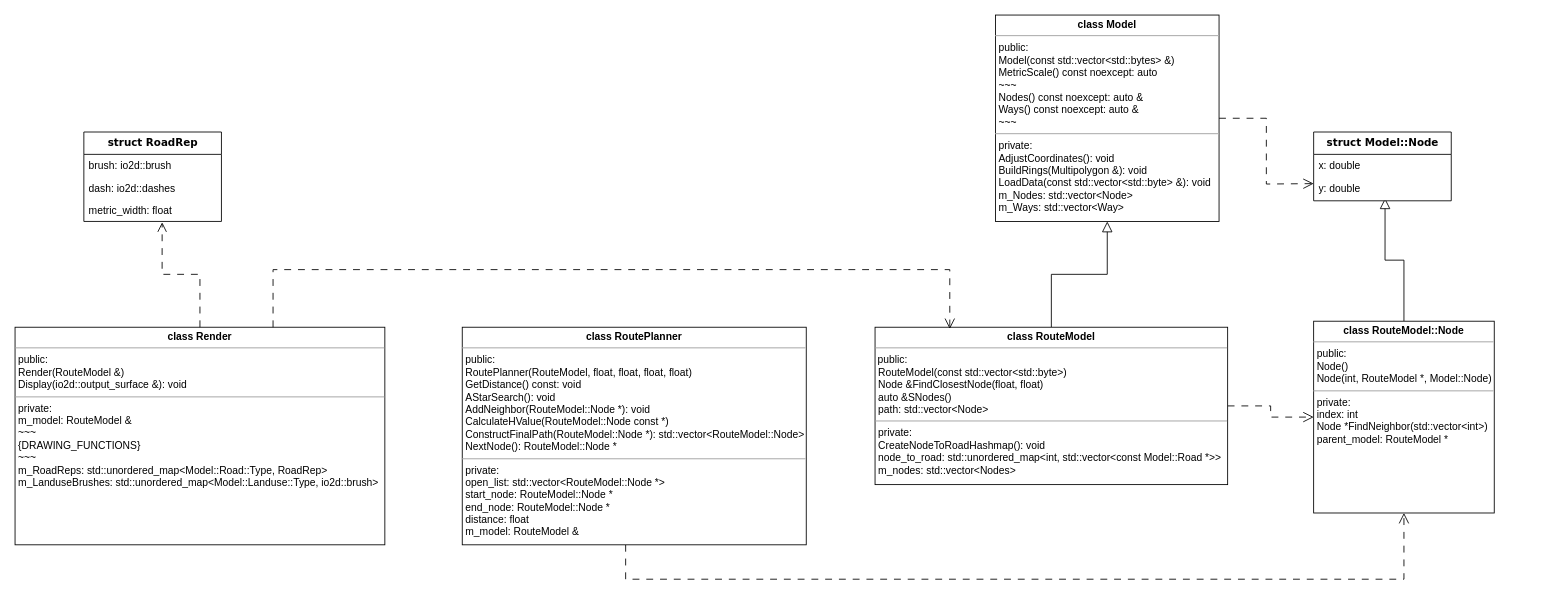
Before: diagram.drawio in Barazii/cpp-route-planning, a draw.io diagram. Source tidied: cells renumbered, new cells numbered last; positions are measured from the earlier drawing's top-left corner, leaving out a move shared by most shapes. Both pictures are drawn from the tidied source at 86%, with x=0, y=0 at pixel (15, 15).
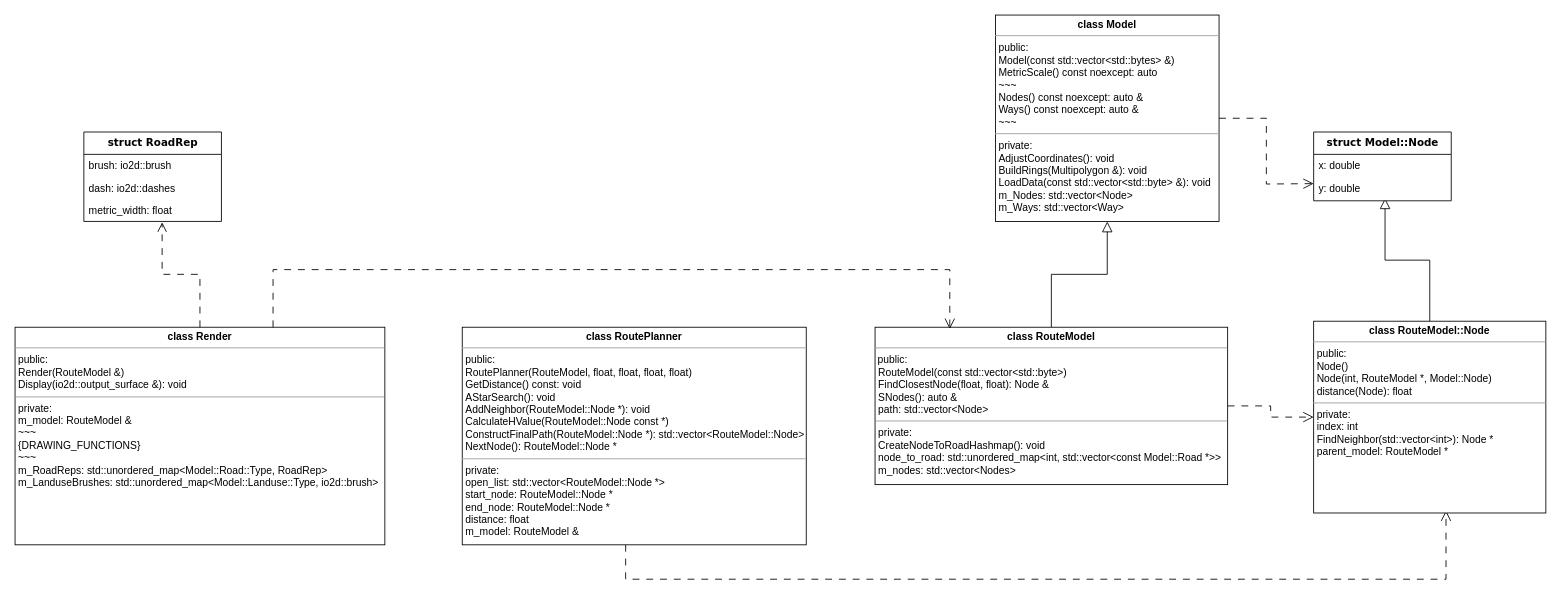
The same page after the edit.

Unchanged cells that the change refers to:
```xml
<mxCell id="6" value="&lt;p style=&quot;margin:0px;margin-top:4px;text-align:center;&quot;&gt;&lt;b style=&quot;&quot;&gt;class RoutePlanner&lt;/b&gt;&lt;/p&gt;&lt;hr size=&quot;1&quot;&gt;&lt;p style=&quot;margin:0px;margin-left:4px;&quot;&gt;public:&lt;/p&gt;&lt;p style=&quot;margin:0px;margin-left:4px;&quot;&gt;RoutePlanner(RouteModel, float, float, float, float)&lt;/p&gt;&lt;p style=&quot;margin:0px;margin-left:4px;&quot;&gt;GetDistance() const: void&lt;/p&gt;&lt;p style=&quot;margin:0px;margin-left:4px;&quot;&gt;AStarSearch(): void&lt;/p&gt;&lt;p style=&quot;margin:0px;margin-left:4px;&quot;&gt;AddNeighbor(RouteModel::Node *): void&lt;/p&gt;&lt;p style=&quot;margin:0px;margin-left:4px;&quot;&gt;CalculateHValue(RouteModel::Node const *)&lt;/p&gt;&lt;p style=&quot;margin:0px;margin-left:4px;&quot;&gt;ConstructFinalPath(&lt;span style=&quot;background-color: transparent; color: light-dark(rgb(0, 0, 0), rgb(255, 255, 255));&quot;&gt;RouteModel::Node *&lt;/span&gt;&lt;span style=&quot;background-color: transparent; color: light-dark(rgb(0, 0, 0), rgb(255, 255, 255));&quot;&gt;):&amp;nbsp;&lt;/span&gt;&lt;span style=&quot;background-color: transparent; color: light-dark(rgb(0, 0, 0), rgb(255, 255, 255));&quot;&gt;std::vector&amp;lt;RouteModel::Node&amp;gt;&lt;/span&gt;&lt;/p&gt;&lt;p style=&quot;margin:0px;margin-left:4px;&quot;&gt;&lt;span style=&quot;background-color: transparent; color: light-dark(rgb(0, 0, 0), rgb(255, 255, 255));&quot;&gt;NextNode(): RouteModel::Node *&lt;/span&gt;&lt;/p&gt;&lt;hr size=&quot;1&quot;&gt;&lt;p style=&quot;margin:0px;margin-left:4px;&quot;&gt;private:&lt;/p&gt;&lt;p style=&quot;margin:0px;margin-left:4px;&quot;&gt;open_list: std::vector&amp;lt;RouteModel::Node *&amp;gt;&lt;br&gt;start_node: RouteModel::Node *&lt;/p&gt;&lt;p style=&quot;margin:0px;margin-left:4px;&quot;&gt;end_node: RouteModel::Node *&lt;/p&gt;&lt;p style=&quot;margin:0px;margin-left:4px;&quot;&gt;distance: float&lt;/p&gt;&lt;p style=&quot;margin:0px;margin-left:4px;&quot;&gt;m_model: RouteModel &amp;amp;&lt;/p&gt;" style="verticalAlign=top;align=left;overflow=fill;fontSize=12;fontFamily=Helvetica;html=1;rounded=0;shadow=0;comic=0;labelBackgroundColor=none;strokeWidth=1;" parent="1" vertex="1">
  <mxGeometry x="520" y="363" width="400" height="253" as="geometry" />
</mxCell>
```

Diff of the diagram source:
```diff
@@
-    <mxCell id="4" value="&lt;p style=&quot;margin:0px;margin-top:4px;text-align:center;&quot;&gt;&lt;b style=&quot;&quot;&gt;class RouteModel&lt;/b&gt;&lt;/p&gt;&lt;hr size=&quot;1&quot;&gt;&amp;nbsp;public:&lt;br&gt;&lt;p style=&quot;margin:0px;margin-left:4px;&quot;&gt;RouteModel(const std::vector&amp;lt;std::byte&amp;gt;)&lt;br&gt;Node &amp;amp;FindClosestNode(float, float)&lt;/p&gt;&lt;p style=&quot;margin:0px;margin-left:4px;&quot;&gt;auto &amp;amp;SNodes()&lt;/p&gt;&lt;p style=&quot;margin:0px;margin-left:4px;&quot;&gt;path: std::vector&amp;lt;Node&amp;gt;&lt;/p&gt;&lt;hr size=&quot;1&quot;&gt;&lt;p style=&quot;margin:0px;margin-left:4px;&quot;&gt;private:&lt;br&gt;CreateNodeToRoadHashmap(): void&lt;/p&gt;&lt;p style=&quot;margin:0px;margin-left:4px;&quot;&gt;node_to_road: std::unordered_map&amp;lt;int, std::vector&amp;lt;const Model::Road *&amp;gt;&amp;gt;&lt;/p&gt;&lt;p style=&quot;margin:0px;margin-left:4px;&quot;&gt;m_nodes: std::vector&amp;lt;Nodes&amp;gt;&lt;/p&gt;" style="verticalAlign=top;align=left;overflow=fill;fontSize=12;fontFamily=Helvetica;html=1;rounded=0;shadow=0;comic=0;labelBackgroundColor=none;strokeWidth=1;" parent="1" vertex="1">
+    <mxCell id="4" value="&lt;p style=&quot;margin:0px;margin-top:4px;text-align:center;&quot;&gt;&lt;b style=&quot;&quot;&gt;class RouteModel&lt;/b&gt;&lt;/p&gt;&lt;hr size=&quot;1&quot;&gt;&amp;nbsp;public:&lt;br&gt;&lt;p style=&quot;margin:0px;margin-left:4px;&quot;&gt;RouteModel(const std::vector&amp;lt;std::byte&amp;gt;)&lt;br&gt;FindClosestNode(float, float):&amp;nbsp;&lt;span style=&quot;background-color: transparent; color: light-dark(rgb(0, 0, 0), rgb(255, 255, 255));&quot;&gt;Node &amp;amp;&lt;/span&gt;&lt;/p&gt;&lt;p style=&quot;margin:0px;margin-left:4px;&quot;&gt;SNodes():&amp;nbsp;&lt;span style=&quot;background-color: transparent; color: light-dark(rgb(0, 0, 0), rgb(255, 255, 255));&quot;&gt;auto &amp;amp;&lt;/span&gt;&lt;/p&gt;&lt;p style=&quot;margin:0px;margin-left:4px;&quot;&gt;path: std::vector&amp;lt;Node&amp;gt;&lt;/p&gt;&lt;hr size=&quot;1&quot;&gt;&lt;p style=&quot;margin:0px;margin-left:4px;&quot;&gt;private:&lt;br&gt;CreateNodeToRoadHashmap(): void&lt;/p&gt;&lt;p style=&quot;margin:0px;margin-left:4px;&quot;&gt;node_to_road: std::unordered_map&amp;lt;int, std::vector&amp;lt;const Model::Road *&amp;gt;&amp;gt;&lt;/p&gt;&lt;p style=&quot;margin:0px;margin-left:4px;&quot;&gt;m_nodes: std::vector&amp;lt;Nodes&amp;gt;&lt;/p&gt;" style="verticalAlign=top;align=left;overflow=fill;fontSize=12;fontFamily=Helvetica;html=1;rounded=0;shadow=0;comic=0;labelBackgroundColor=none;strokeWidth=1;" parent="1" vertex="1">
       <mxGeometry x="1000" y="363" width="410" height="183" as="geometry" />
     </mxCell>
-    <mxCell id="5" style="edgeStyle=orthogonalEdgeStyle;rounded=0;jettySize=auto;html=1;entryX=0.5;entryY=1;entryDx=0;entryDy=0;fontFamily=Helvetica;fontSize=12;fontColor=default;labelBackgroundColor=none;dashed=1;dashPattern=8 8;endArrow=open;endFill=0;endSize=10;" parent="1" edge="1" source="6" target="11">
+    <mxCell id="5" style="edgeStyle=orthogonalEdgeStyle;rounded=0;jettySize=auto;html=1;fontFamily=Helvetica;fontSize=12;fontColor=default;labelBackgroundColor=none;dashed=1;dashPattern=8 8;endArrow=open;endFill=0;endSize=10;entryX=0.57;entryY=0.987;entryDx=0;entryDy=0;entryPerimeter=0;" parent="1" edge="1" source="6" target="11">
       <mxGeometry relative="1" as="geometry">
         <Array as="points">
           <mxPoint x="710" y="656" />
-          <mxPoint x="1615" y="656" />
+          <mxPoint x="1664" y="656" />
         </Array>
       </mxGeometry>
     </mxCell>
@@
-    <mxCell id="11" value="&lt;p style=&quot;margin:0px;margin-top:4px;text-align:center;&quot;&gt;&lt;b style=&quot;&quot;&gt;class RouteModel::Node&lt;/b&gt;&lt;/p&gt;&lt;hr size=&quot;1&quot;&gt;&lt;p style=&quot;margin:0px;margin-left:4px;&quot;&gt;public:&lt;/p&gt;&lt;p style=&quot;margin:0px;margin-left:4px;&quot;&gt;Node()&lt;br&gt;Node(int, RouteModel *, Model::Node)&lt;/p&gt;&lt;hr size=&quot;1&quot;&gt;&lt;p style=&quot;margin:0px;margin-left:4px;&quot;&gt;private:&lt;/p&gt;&lt;p style=&quot;margin:0px;margin-left:4px;&quot;&gt;index: int&lt;/p&gt;&lt;p style=&quot;margin:0px;margin-left:4px;&quot;&gt;Node *FindNeighbor(std::vector&amp;lt;int&amp;gt;)&lt;/p&gt;&lt;p style=&quot;margin:0px;margin-left:4px;&quot;&gt;parent_model: RouteModel *&lt;/p&gt;" style="verticalAlign=top;align=left;overflow=fill;fontSize=12;fontFamily=Helvetica;html=1;rounded=0;shadow=0;comic=0;labelBackgroundColor=none;strokeWidth=1;" parent="1" vertex="1">
-      <mxGeometry x="1510" y="356" width="210" height="223" as="geometry" />
+    <mxCell id="11" value="&lt;p style=&quot;margin:0px;margin-top:4px;text-align:center;&quot;&gt;&lt;b style=&quot;&quot;&gt;class RouteModel::Node&lt;/b&gt;&lt;/p&gt;&lt;hr size=&quot;1&quot;&gt;&lt;p style=&quot;margin:0px;margin-left:4px;&quot;&gt;public:&lt;/p&gt;&lt;p style=&quot;margin:0px;margin-left:4px;&quot;&gt;Node()&lt;br&gt;Node(int, RouteModel *, Model::Node)&lt;/p&gt;&lt;p style=&quot;margin:0px;margin-left:4px;&quot;&gt;distance(Node): float&lt;/p&gt;&lt;hr size=&quot;1&quot;&gt;&lt;p style=&quot;margin:0px;margin-left:4px;&quot;&gt;private:&lt;/p&gt;&lt;p style=&quot;margin:0px;margin-left:4px;&quot;&gt;index: int&lt;/p&gt;&lt;p style=&quot;margin:0px;margin-left:4px;&quot;&gt;FindNeighbor(std::vector&amp;lt;int&amp;gt;):&amp;nbsp;&lt;span style=&quot;background-color: transparent; color: light-dark(rgb(0, 0, 0), rgb(255, 255, 255));&quot;&gt;Node *&lt;/span&gt;&lt;span style=&quot;background-color: transparent; color: light-dark(rgb(0, 0, 0), rgb(255, 255, 255));&quot;&gt;&amp;nbsp;&lt;/span&gt;&lt;/p&gt;&lt;p style=&quot;margin:0px;margin-left:4px;&quot;&gt;parent_model: RouteModel *&lt;/p&gt;" style="verticalAlign=top;align=left;overflow=fill;fontSize=12;fontFamily=Helvetica;html=1;rounded=0;shadow=0;comic=0;labelBackgroundColor=none;strokeWidth=1;" parent="1" vertex="1">
+      <mxGeometry x="1510" y="356" width="270" height="223" as="geometry" />
     </mxCell>
```
